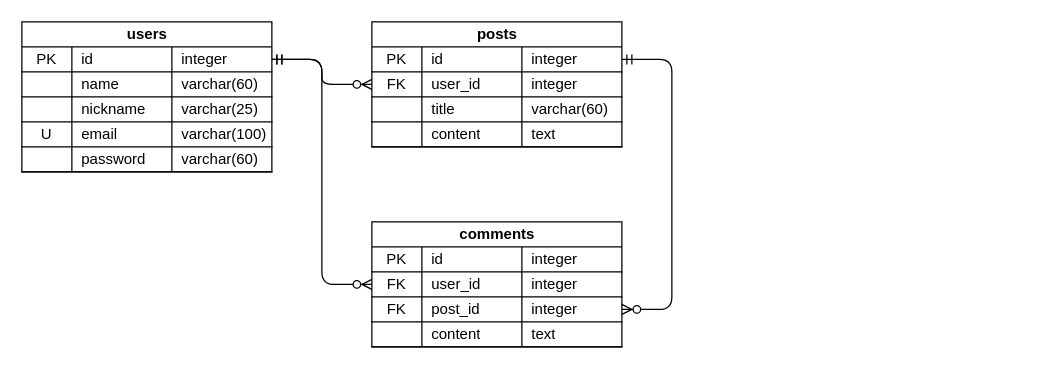
Above: diagrama.drawio in fernando-fix/collab-prjBlog (draw.io), before the change. Source tidied: cells renumbered, new cells numbered last; positions are measured from the earlier drawing's top-left corner, leaving out a move shared by most shapes. Both pictures are drawn from the tidied source at 125%, with x=0, y=0 at pixel (21, 21).
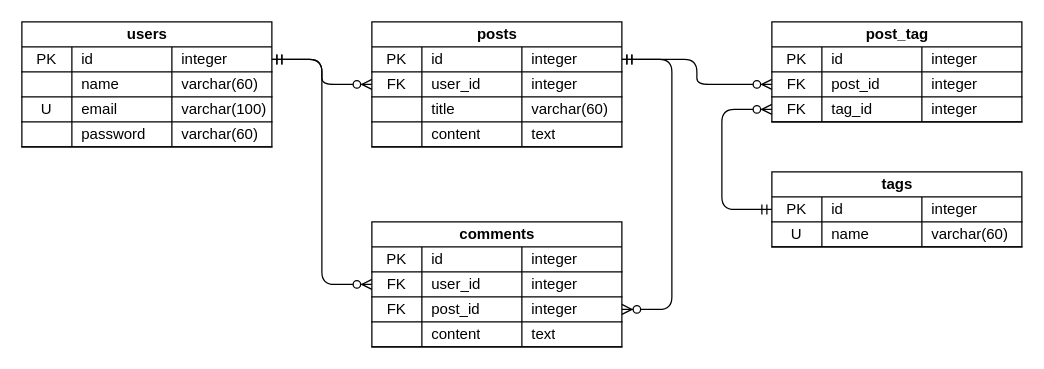
The same page after the edit.

Unchanged cells that the change refers to:
```xml
<mxCell id="24" style="shape=tableRow;horizontal=0;startSize=0;swimlaneHead=0;swimlaneBody=0;fillColor=none;points=[[0,0.5],[1,0.5]];portConstraint=eastwest;top=0;left=0;right=0;bottom=1;" parent="23" vertex="1">
  <mxGeometry y="20" width="200" height="20" as="geometry" />
</mxCell>
```

What changed in the source:
```diff
@@
     <mxCell id="2" value="users" style="shape=table;startSize=20;childLayout=tableLayout;rowLines=0;fontStyle=1;align=center;html=1;" parent="1" vertex="1">
-      <mxGeometry width="200" height="120" as="geometry" />
+      <mxGeometry width="200" height="100" as="geometry" />
     </mxCell>
@@
-    <mxCell id="11" style="shape=tableRow;horizontal=0;startSize=0;swimlaneHead=0;swimlaneBody=0;fillColor=none;points=[[0,0.5],[1,0.5]];portConstraint=eastwest;top=0;left=0;right=0;bottom=1;" parent="2" vertex="1">
-      <mxGeometry y="60" width="200" height="20" as="geometry" />
-    </mxCell>
-    <mxCell id="12" style="shape=partialRectangle;fillColor=none;top=0;left=0;bottom=0;right=0;fontStyle=0;overflow=hidden;whiteSpace=wrap;html=1;" parent="11" vertex="1">
-      <mxGeometry width="40" height="20" as="geometry" />
-    </mxCell>
-    <mxCell id="13" value="nickname" style="shape=partialRectangle;fillColor=none;top=0;left=0;bottom=0;right=0;align=left;spacingLeft=6;fontStyle=0;overflow=hidden;whiteSpace=wrap;html=1;" parent="11" vertex="1">
-      <mxGeometry x="40" width="80" height="20" as="geometry" />
-    </mxCell>
-    <mxCell id="14" value="varchar(25)" style="shape=partialRectangle;fillColor=none;top=0;left=0;bottom=0;right=0;align=left;spacingLeft=6;fontStyle=0;overflow=hidden;whiteSpace=wrap;html=1;" parent="11" vertex="1">
-      <mxGeometry x="120" width="80" height="20" as="geometry" />
-    </mxCell>
     <mxCell id="15" style="shape=tableRow;horizontal=0;startSize=0;swimlaneHead=0;swimlaneBody=0;fillColor=none;top=0;left=0;right=0;bottom=1;" parent="2" vertex="1">
-      <mxGeometry y="80" width="200" height="20" as="geometry" />
+      <mxGeometry y="60" width="200" height="20" as="geometry" />
     </mxCell>
@@
     <mxCell id="19" style="shape=tableRow;horizontal=0;startSize=0;swimlaneHead=0;swimlaneBody=0;fillColor=none;top=0;left=0;right=0;bottom=1;" parent="2" vertex="1">
-      <mxGeometry y="100" width="200" height="20" as="geometry" />
+      <mxGeometry y="80" width="200" height="20" as="geometry" />
     </mxCell>
@@
+    <mxCell id="60" value="post_tag" style="shape=table;startSize=20;childLayout=tableLayout;rowLines=0;fontStyle=1;align=center;html=1;" parent="1" vertex="1">
+      <mxGeometry x="600" width="200" height="80" as="geometry" />
+    </mxCell>
+    <mxCell id="61" style="shape=tableRow;horizontal=0;startSize=0;swimlaneHead=0;swimlaneBody=0;fillColor=none;top=0;left=0;right=0;bottom=1;" parent="60" vertex="1">
+      <mxGeometry y="20" width="200" height="20" as="geometry" />
+    </mxCell>
+    <mxCell id="62" value="PK" style="shape=partialRectangle;fillColor=none;top=0;left=0;bottom=0;right=0;fontStyle=0;overflow=hidden;whiteSpace=wrap;html=1;" parent="61" vertex="1">
+      <mxGeometry width="40" height="20" as="geometry" />
+    </mxCell>
+    <mxCell id="63" value="id" style="shape=partialRectangle;fillColor=none;top=0;left=0;bottom=0;right=0;align=left;spacingLeft=6;fontStyle=0;overflow=hidden;whiteSpace=wrap;html=1;" parent="61" vertex="1">
+      <mxGeometry x="40" width="80" height="20" as="geometry" />
+    </mxCell>
+    <mxCell id="64" value="integer" style="shape=partialRectangle;fillColor=none;top=0;left=0;bottom=0;right=0;align=left;spacingLeft=6;fontStyle=0;overflow=hidden;whiteSpace=wrap;html=1;" parent="61" vertex="1">
+      <mxGeometry x="120" width="80" height="20" as="geometry" />
+    </mxCell>
+    <mxCell id="65" style="shape=tableRow;horizontal=0;startSize=0;swimlaneHead=0;swimlaneBody=0;fillColor=none;points=[[0,0.5],[1,0.5]];portConstraint=eastwest;top=0;left=0;right=0;bottom=1;" parent="60" vertex="1">
+      <mxGeometry y="40" width="200" height="20" as="geometry" />
+    </mxCell>
+    <mxCell id="66" value="FK" style="shape=partialRectangle;fillColor=none;top=0;left=0;bottom=0;right=0;fontStyle=0;overflow=hidden;whiteSpace=wrap;html=1;" parent="65" vertex="1">
+      <mxGeometry width="40" height="20" as="geometry" />
+    </mxCell>
+    <mxCell id="67" value="post_id" style="shape=partialRectangle;fillColor=none;top=0;left=0;bottom=0;right=0;align=left;spacingLeft=6;fontStyle=0;overflow=hidden;whiteSpace=wrap;html=1;" parent="65" vertex="1">
+      <mxGeometry x="40" width="80" height="20" as="geometry" />
+    </mxCell>
+    <mxCell id="68" value="integer" style="shape=partialRectangle;fillColor=none;top=0;left=0;bottom=0;right=0;align=left;spacingLeft=6;fontStyle=0;overflow=hidden;whiteSpace=wrap;html=1;" parent="65" vertex="1">
+      <mxGeometry x="120" width="80" height="20" as="geometry" />
+    </mxCell>
+    <mxCell id="11" style="shape=tableRow;horizontal=0;startSize=0;swimlaneHead=0;swimlaneBody=0;fillColor=none;points=[[0,0.5],[1,0.5]];portConstraint=eastwest;top=0;left=0;right=0;bottom=1;" parent="60" vertex="1">
+      <mxGeometry y="60" width="200" height="20" as="geometry" />
+    </mxCell>
+    <mxCell id="69" value="FK" style="shape=partialRectangle;fillColor=none;top=0;left=0;bottom=0;right=0;fontStyle=0;overflow=hidden;whiteSpace=wrap;html=1;" parent="11" vertex="1">
+      <mxGeometry width="40" height="20" as="geometry" />
+    </mxCell>
+    <mxCell id="70" value="tag_id" style="shape=partialRectangle;fillColor=none;top=0;left=0;bottom=0;right=0;align=left;spacingLeft=6;fontStyle=0;overflow=hidden;whiteSpace=wrap;html=1;" parent="11" vertex="1">
+      <mxGeometry x="40" width="80" height="20" as="geometry" />
+    </mxCell>
+    <mxCell id="71" value="integer" style="shape=partialRectangle;fillColor=none;top=0;left=0;bottom=0;right=0;align=left;spacingLeft=6;fontStyle=0;overflow=hidden;whiteSpace=wrap;html=1;" parent="11" vertex="1">
+      <mxGeometry x="120" width="80" height="20" as="geometry" />
+    </mxCell>
+    <mxCell id="72" style="edgeStyle=elbowEdgeStyle;curved=0;rounded=1;jettySize=auto;html=1;strokeColor=default;align=center;verticalAlign=middle;fontFamily=Helvetica;fontSize=12;fontColor=default;labelBackgroundColor=default;startArrow=ERmandOne;endArrow=ERzeroToMany;" parent="1" edge="1" source="24" target="65">
+      <mxGeometry relative="1" as="geometry" />
+    </mxCell>
+    <mxCell id="73" value="tags" style="shape=table;startSize=20;childLayout=tableLayout;rowLines=0;fontStyle=1;align=center;html=1;" parent="1" vertex="1">
+      <mxGeometry x="600" y="120" width="200" height="60" as="geometry" />
+    </mxCell>
+    <mxCell id="74" style="shape=tableRow;horizontal=0;startSize=0;swimlaneHead=0;swimlaneBody=0;fillColor=none;points=[[0,0.5],[1,0.5]];portConstraint=eastwest;top=0;left=0;right=0;bottom=1;" parent="73" vertex="1">
+      <mxGeometry y="20" width="200" height="20" as="geometry" />
+    </mxCell>
+    <mxCell id="75" value="PK" style="shape=partialRectangle;fillColor=none;top=0;left=0;bottom=0;right=0;fontStyle=0;overflow=hidden;whiteSpace=wrap;html=1;" parent="74" vertex="1">
+      <mxGeometry width="40" height="20" as="geometry" />
+    </mxCell>
+    <mxCell id="76" value="id" style="shape=partialRectangle;fillColor=none;top=0;left=0;bottom=0;right=0;align=left;spacingLeft=6;fontStyle=0;overflow=hidden;whiteSpace=wrap;html=1;" parent="74" vertex="1">
+      <mxGeometry x="40" width="80" height="20" as="geometry" />
+    </mxCell>
+    <mxCell id="77" value="integer" style="shape=partialRectangle;fillColor=none;top=0;left=0;bottom=0;right=0;align=left;spacingLeft=6;fontStyle=0;overflow=hidden;whiteSpace=wrap;html=1;" parent="74" vertex="1">
+      <mxGeometry x="120" width="80" height="20" as="geometry" />
+    </mxCell>
+    <mxCell id="78" style="shape=tableRow;horizontal=0;startSize=0;swimlaneHead=0;swimlaneBody=0;fillColor=none;top=0;left=0;right=0;bottom=1;" parent="73" vertex="1">
+      <mxGeometry y="40" width="200" height="20" as="geometry" />
+    </mxCell>
+    <mxCell id="79" value="U" style="shape=partialRectangle;fillColor=none;top=0;left=0;bottom=0;right=0;fontStyle=0;overflow=hidden;whiteSpace=wrap;html=1;" parent="78" vertex="1">
+      <mxGeometry width="40" height="20" as="geometry" />
+    </mxCell>
+    <mxCell id="80" value="name" style="shape=partialRectangle;fillColor=none;top=0;left=0;bottom=0;right=0;align=left;spacingLeft=6;fontStyle=0;overflow=hidden;whiteSpace=wrap;html=1;" parent="78" vertex="1">
+      <mxGeometry x="40" width="80" height="20" as="geometry" />
+    </mxCell>
+    <mxCell id="81" value="varchar(60)" style="shape=partialRectangle;fillColor=none;top=0;left=0;bottom=0;right=0;align=left;spacingLeft=6;fontStyle=0;overflow=hidden;whiteSpace=wrap;html=1;" parent="78" vertex="1">
+      <mxGeometry x="120" width="80" height="20" as="geometry" />
+    </mxCell>
+    <mxCell id="82" style="edgeStyle=elbowEdgeStyle;curved=0;rounded=1;jettySize=auto;html=1;strokeColor=default;align=center;verticalAlign=middle;fontFamily=Helvetica;fontSize=12;fontColor=default;labelBackgroundColor=default;startArrow=ERmandOne;endArrow=ERzeroToMany;" parent="1" edge="1" source="74" target="11">
+      <mxGeometry relative="1" as="geometry">
+        <Array as="points">
+          <mxPoint x="560" y="110" />
+        </Array>
+      </mxGeometry>
+    </mxCell>
```
